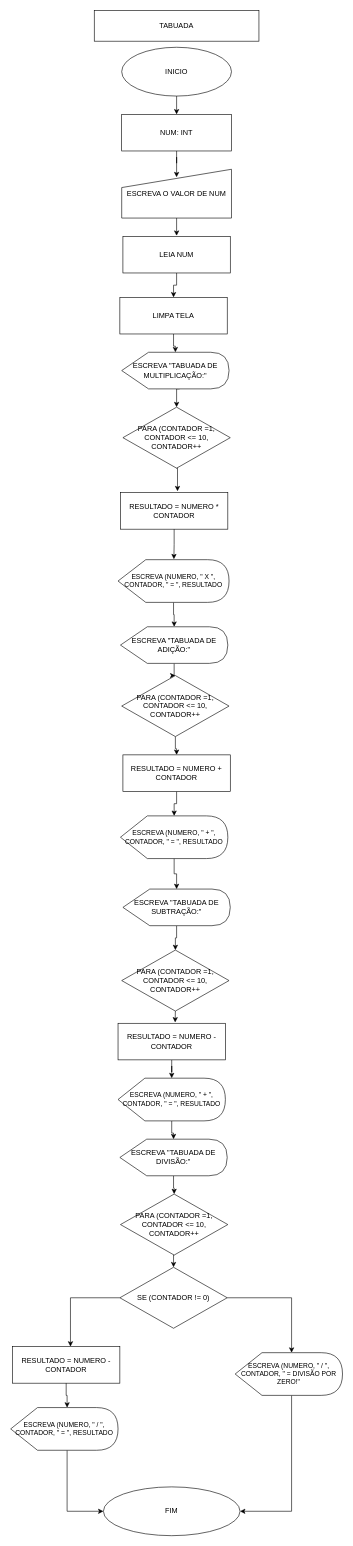
Earlier version of the draw.io diagram atividades/atividade005.drawio (PadawanXXVI/logica_programacao_senai). Source tidied: cells renumbered, new cells numbered last; positions are measured from the earlier drawing's top-left corner, leaving out a move shared by most shapes. Both pictures are drawn from the tidied source at 61%, with x=0, y=0 at pixel (10, 10).
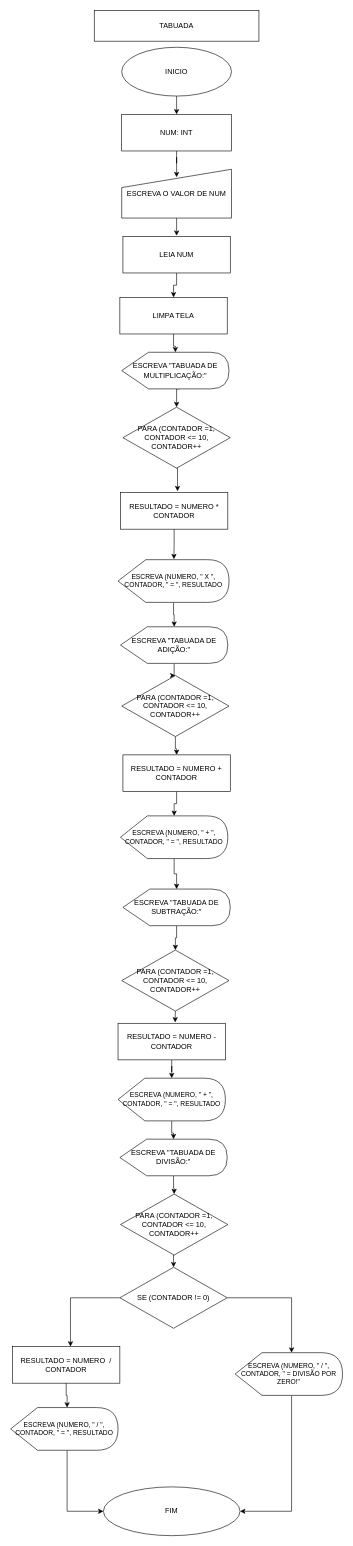
The same diagram, later.

Commit message:
atualização do arquivo

Change to the diagram source:
```diff
@@
-    <mxCell id="46" value="RESULTADO = NUMERO - CONTADOR" style="rounded=0;whiteSpace=wrap;html=1;" parent="1" vertex="1">
+    <mxCell id="46" value="RESULTADO = NUMERO&amp;nbsp; / CONTADOR" style="rounded=0;whiteSpace=wrap;html=1;" parent="1" vertex="1">
       <mxGeometry x="3" y="2190" width="176" height="60" as="geometry" />
     </mxCell>
```
